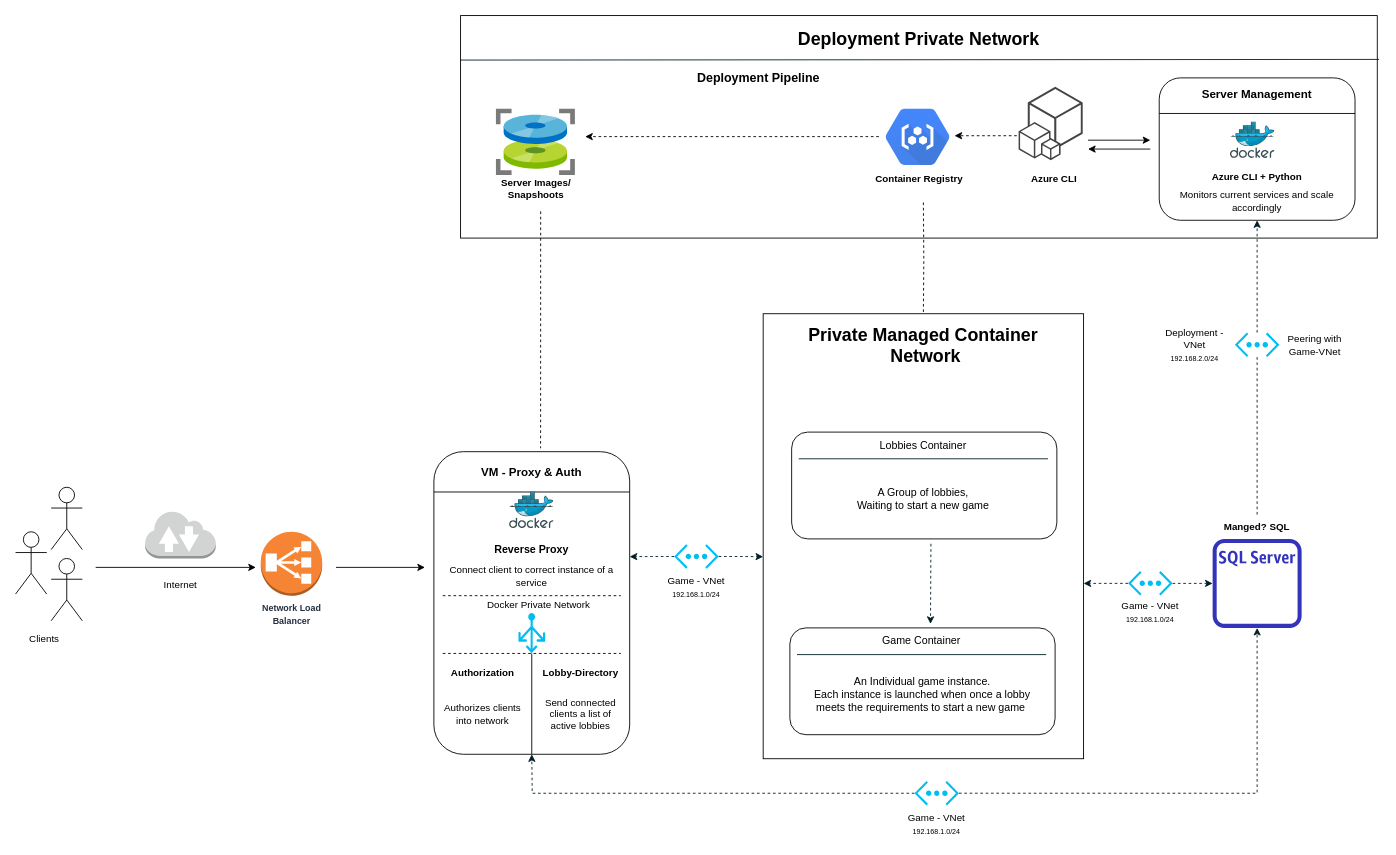
Above: ServerConfigUML.drawio in Ashley-Sands/TB-RPG-Sever-Manager- (draw.io), before the change. Source tidied: cells renumbered, new cells numbered last; positions are measured from the earlier drawing's top-left corner, leaving out a move shared by most shapes. Both pictures are drawn from the tidied source at 89%, with x=0, y=0 at pixel (15, 15).
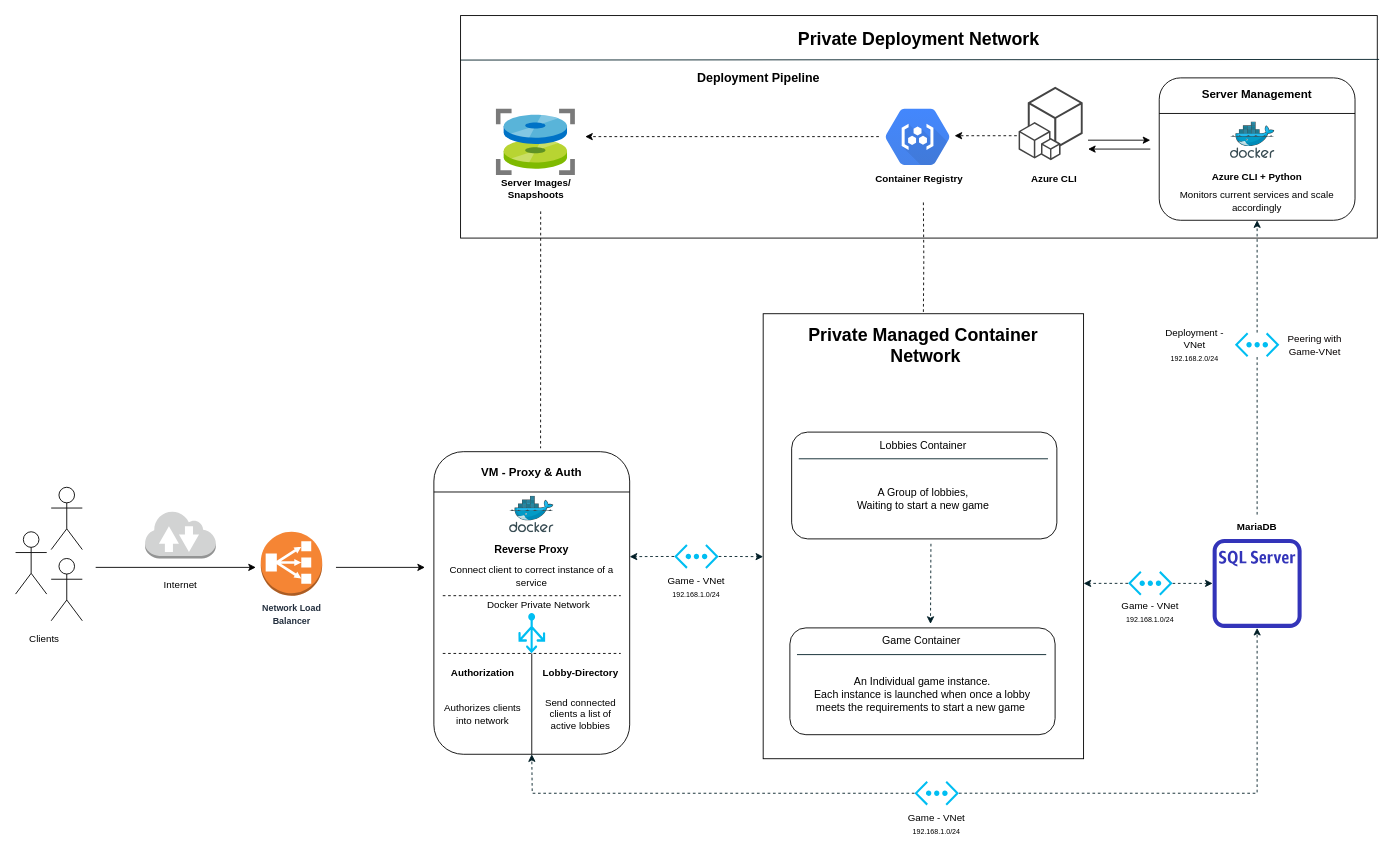
After the change.

The change refers to these unchanged cells:
```xml
<mxCell id="26" style="group;labelBackgroundColor=none;fontSize=11;html=1;" parent="9" vertex="1">
  <mxGeometry x="470" y="490" width="220" height="340" as="geometry" />
</mxCell>
```

Diff of the diagram source:
```diff
@@
-    <mxCell id="7" style="rounded=0;whiteSpace=wrap;html=1;labelBackgroundColor=white;fillColor=none;gradientColor=none;fontSize=11;" parent="1" vertex="1">
+    <mxCell id="7" style="rounded=0;whiteSpace=wrap;html=1;labelBackgroundColor=white;fontSize=11;" parent="1" vertex="1">
       <mxGeometry x="500" width="1030" height="250" as="geometry" />
     </mxCell>
@@
-    <mxCell id="14" value="Manged? SQL" style="text;html=1;strokeColor=none;fillColor=none;align=center;verticalAlign=middle;whiteSpace=wrap;rounded=0;labelBackgroundColor=none;fontSize=11;fontStyle=1;" parent="9" vertex="1">
+    <mxCell id="14" value="MariaDB" style="text;html=1;strokeColor=none;fillColor=none;align=center;verticalAlign=middle;whiteSpace=wrap;rounded=0;labelBackgroundColor=none;fontSize=11;fontStyle=1;" parent="9" vertex="1">
       <mxGeometry x="1340" y="560.7" width="110" height="27.3" as="geometry" />
     </mxCell>
@@
     <mxCell id="30" style="html=1;align=center;image;fontSize=12;image=img/lib/mscae/Docker.svg;labelBackgroundColor=none;" parent="26" vertex="1">
-      <mxGeometry x="85" y="45.3" width="50" height="41" as="geometry" />
+      <mxGeometry x="85" y="50" width="50" height="41" as="geometry" />
     </mxCell>
@@
-    <mxCell id="43" value="Deployment Private Network" style="text;html=1;strokeColor=none;fillColor=none;align=center;verticalAlign=middle;whiteSpace=wrap;rounded=0;labelBackgroundColor=white;fontStyle=1;fontSize=20;" parent="9" vertex="1">
+    <mxCell id="43" value="Private Deployment Network" style="text;html=1;strokeColor=none;fillColor=none;align=center;verticalAlign=middle;whiteSpace=wrap;rounded=0;labelBackgroundColor=white;fontStyle=1;fontSize=20;" parent="9" vertex="1">
       <mxGeometry x="500" width="1030" height="50" as="geometry" />
     </mxCell>
```
